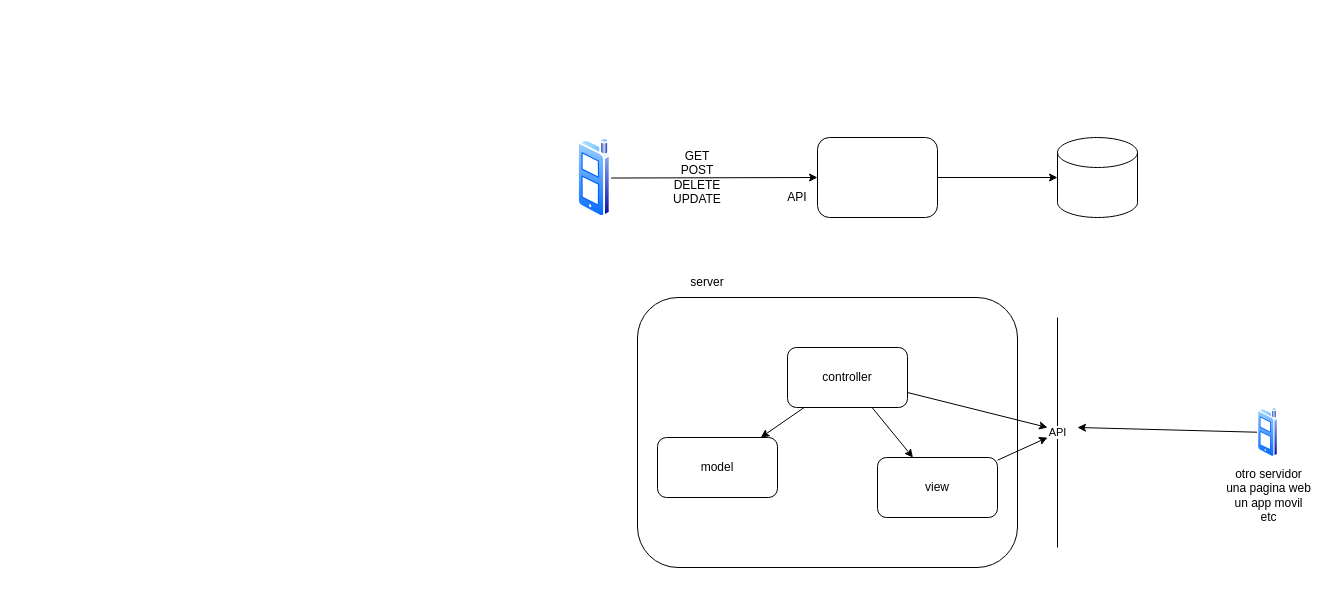
The draw.io diagram diagram.dio in josueelias9/cibertec-clase, before the edit. Source tidied: cells renumbered, new cells numbered last; positions are measured from the earlier drawing's top-left corner, leaving out a move shared by most shapes. Both pictures are drawn from the tidied source at 100%, with x=0, y=0 at pixel (577, 137).
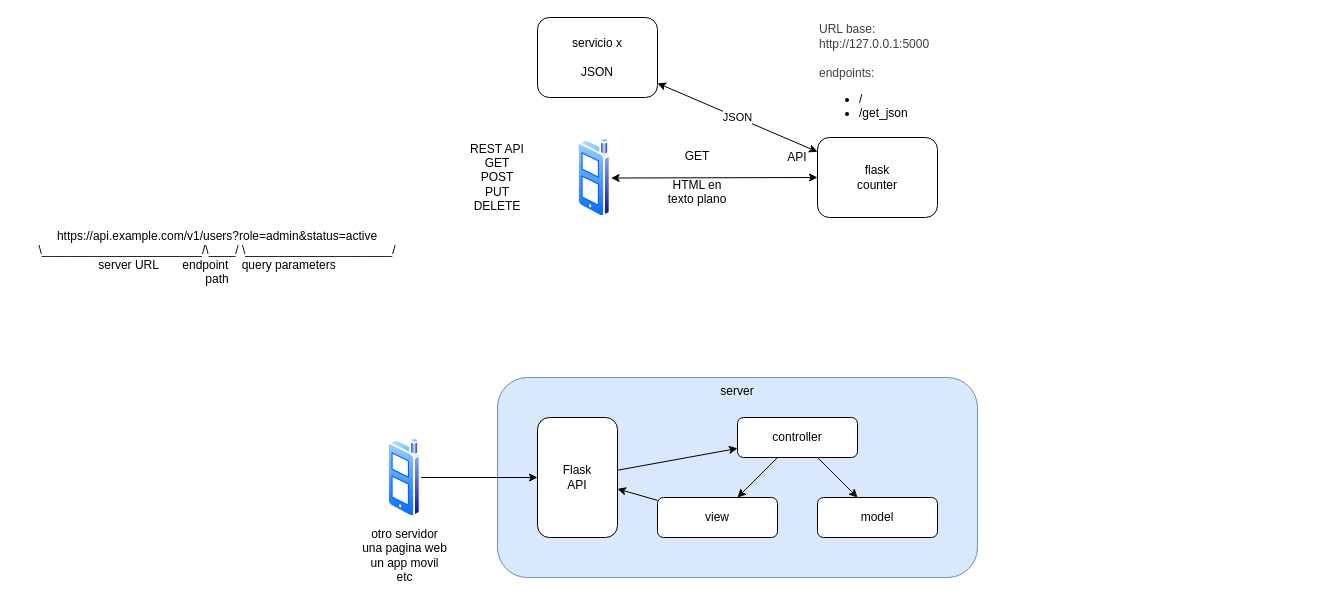
After the change.

Unchanged cells that the change refers to:
```xml
<mxCell id="7" style="image;perimeter=ellipsePerimeter;html=1;align=center;shadow=0;dashed=0;spacingTop=3;image=img/lib/active_directory/cell_phone.svg;" parent="1" vertex="1">
  <mxGeometry width="33.6" height="80" as="geometry" />
</mxCell>
```

The edit, as a diff of the source:
```diff
@@
-    <mxCell id="2" style="rounded=1;whiteSpace=wrap;html=1;" parent="1" vertex="1">
-      <mxGeometry x="60" y="160" width="380" height="270" as="geometry" />
+    <mxCell id="2" value="server&lt;div&gt;&lt;br&gt;&lt;/div&gt;&lt;div&gt;&lt;br&gt;&lt;/div&gt;&lt;div&gt;&lt;br&gt;&lt;/div&gt;&lt;div&gt;&lt;br&gt;&lt;/div&gt;&lt;div&gt;&lt;br&gt;&lt;/div&gt;&lt;div&gt;&lt;br&gt;&lt;/div&gt;&lt;div&gt;&lt;br&gt;&lt;/div&gt;&lt;div&gt;&lt;br&gt;&lt;/div&gt;&lt;div&gt;&lt;br&gt;&lt;/div&gt;&lt;div&gt;&lt;br&gt;&lt;/div&gt;&lt;div&gt;&lt;br&gt;&lt;/div&gt;&lt;div&gt;&lt;br&gt;&lt;/div&gt;" style="rounded=1;whiteSpace=wrap;html=1;fillColor=#dae8fc;strokeColor=#6c8ebf;" parent="1" vertex="1">
+      <mxGeometry x="-80" y="240" width="480" height="200" as="geometry" />
     </mxCell>
-    <mxCell id="3" style="edgeStyle=none;html=1;" parent="1" edge="1" source="4" target="5">
-      <mxGeometry relative="1" as="geometry" />
-    </mxCell>
-    <mxCell id="4" style="rounded=1;whiteSpace=wrap;html=1;" parent="1" vertex="1">
+    <mxCell id="4" value="flask&lt;div&gt;counter&lt;/div&gt;" style="rounded=1;whiteSpace=wrap;html=1;" parent="1" vertex="1">
       <mxGeometry x="240" width="120" height="80" as="geometry" />
     </mxCell>
-    <mxCell id="5" style="shape=cylinder3;whiteSpace=wrap;html=1;boundedLbl=1;backgroundOutline=1;size=15;" parent="1" vertex="1">
-      <mxGeometry x="480" width="80" height="80" as="geometry" />
-    </mxCell>
-    <mxCell id="6" style="edgeStyle=none;html=1;" parent="1" edge="1" source="7" target="4">
+    <mxCell id="6" style="edgeStyle=none;html=1;startArrow=classic;startFill=1;" parent="1" edge="1" source="7" target="4">
       <mxGeometry relative="1" as="geometry" />
     </mxCell>
@@
-    <mxCell id="8" value="GET&lt;div&gt;POST&lt;/div&gt;&lt;div&gt;DELETE&lt;/div&gt;&lt;div&gt;UPDATE&lt;/div&gt;" style="text;html=1;align=center;verticalAlign=middle;whiteSpace=wrap;rounded=0;" parent="1" vertex="1">
+    <mxCell id="8" value="GET&lt;div&gt;&lt;br&gt;&lt;/div&gt;&lt;div&gt;HTML en texto plano&lt;/div&gt;" style="text;html=1;align=center;verticalAlign=middle;whiteSpace=wrap;rounded=0;" parent="1" vertex="1">
       <mxGeometry x="80" width="80" height="80" as="geometry" />
     </mxCell>
     <mxCell id="9" value="API" style="text;html=1;align=center;verticalAlign=middle;whiteSpace=wrap;rounded=0;" parent="1" vertex="1">
-      <mxGeometry x="200" y="40" width="40" height="40" as="geometry" />
+      <mxGeometry x="200" width="40" height="40" as="geometry" />
     </mxCell>
-    <mxCell id="10" style="edgeStyle=none;html=1;" parent="1" edge="1" source="13">
-      <mxGeometry relative="1" as="geometry">
-        <mxPoint x="470" y="290" as="targetPoint" />
-      </mxGeometry>
-    </mxCell>
@@
     <mxCell id="13" value="controller" style="rounded=1;whiteSpace=wrap;html=1;" parent="1" vertex="1">
-      <mxGeometry x="210" y="210" width="120" height="60" as="geometry" />
+      <mxGeometry x="160" y="280" width="120" height="40" as="geometry" />
     </mxCell>
     <mxCell id="14" value="model" style="rounded=1;whiteSpace=wrap;html=1;" parent="1" vertex="1">
-      <mxGeometry x="80" y="300" width="120" height="60" as="geometry" />
+      <mxGeometry x="240" y="360" width="120" height="40" as="geometry" />
     </mxCell>
-    <mxCell id="15" style="edgeStyle=none;html=1;" parent="1" edge="1" source="16">
-      <mxGeometry relative="1" as="geometry">
-        <mxPoint x="470" y="300" as="targetPoint" />
-      </mxGeometry>
-    </mxCell>
+    <mxCell id="21" style="edgeStyle=none;html=1;" parent="1" edge="1" source="16" target="27">
+      <mxGeometry relative="1" as="geometry" />
+    </mxCell>
     <mxCell id="16" value="view" style="rounded=1;whiteSpace=wrap;html=1;" parent="1" vertex="1">
-      <mxGeometry x="300" y="320" width="120" height="60" as="geometry" />
+      <mxGeometry x="80" y="360" width="120" height="40" as="geometry" />
     </mxCell>
-    <mxCell id="17" value="API" style="endArrow=none;html=1;" parent="1" edge="1">
-      <mxGeometry relative="1" as="geometry">
-        <mxPoint x="480" y="410" as="sourcePoint" />
-        <mxPoint x="480" y="180" as="targetPoint" />
-      </mxGeometry>
-    </mxCell>
-    <mxCell id="18" style="edgeStyle=none;html=1;" parent="1" edge="1" source="19">
-      <mxGeometry relative="1" as="geometry">
-        <mxPoint x="500" y="290" as="targetPoint" />
-      </mxGeometry>
+    <mxCell id="18" style="edgeStyle=none;html=1;" parent="1" edge="1" source="19" target="27">
+      <mxGeometry relative="1" as="geometry" />
     </mxCell>
     <mxCell id="19" value="otro servidor&lt;div&gt;una pagina web&lt;/div&gt;&lt;div&gt;un app movil&lt;/div&gt;&lt;div&gt;etc&lt;/div&gt;" style="image;perimeter=ellipsePerimeter;html=1;align=center;shadow=0;dashed=0;spacingTop=3;image=img/lib/active_directory/cell_phone.svg;" parent="1" vertex="1">
-      <mxGeometry x="680" y="270" width="21" height="50" as="geometry" />
+      <mxGeometry x="-190" y="300" width="33.6" height="80" as="geometry" />
     </mxCell>
-    <mxCell id="20" value="server" style="text;html=1;align=center;verticalAlign=middle;whiteSpace=wrap;rounded=0;" parent="1" vertex="1">
-      <mxGeometry x="100" y="130" width="60" height="30" as="geometry" />
-    </mxCell>
+    <mxCell id="22" value="JSON" style="edgeStyle=none;html=1;startArrow=classic;startFill=1;" parent="1" edge="1" source="23" target="4">
+      <mxGeometry relative="1" as="geometry" />
+    </mxCell>
+    <mxCell id="23" value="servicio x&lt;div&gt;&lt;br&gt;&lt;/div&gt;&lt;div&gt;JSON&lt;/div&gt;" style="rounded=1;whiteSpace=wrap;html=1;" parent="1" vertex="1">
+      <mxGeometry x="-40" y="-120" width="120" height="80" as="geometry" />
+    </mxCell>
+    <mxCell id="24" value="&lt;div&gt;&lt;span style=&quot;color: rgb(63, 63, 63); background-color: transparent;&quot;&gt;URL base:&lt;/span&gt;&lt;/div&gt;&lt;div&gt;&lt;span style=&quot;background-color: transparent; color: rgb(63, 63, 63);&quot;&gt;http://127.0.0.1:5000&lt;/span&gt;&lt;/div&gt;&lt;div&gt;&lt;span style=&quot;background-color: transparent; color: rgb(63, 63, 63);&quot;&gt;&lt;br&gt;&lt;/span&gt;&lt;/div&gt;&lt;span style=&quot;color: rgb(63, 63, 63); background-color: transparent;&quot;&gt;endpoints:&lt;/span&gt;&lt;br&gt;&lt;ul&gt;&lt;li&gt;/&lt;/li&gt;&lt;li&gt;/get_json&lt;br&gt;&lt;/li&gt;&lt;/ul&gt;" style="text;html=1;align=left;verticalAlign=middle;whiteSpace=wrap;rounded=0;" parent="1" vertex="1">
+      <mxGeometry x="240" y="-120" width="150" height="120" as="geometry" />
+    </mxCell>
+    <mxCell id="25" value="REST API&lt;div&gt;GET&lt;/div&gt;&lt;div&gt;POST&lt;/div&gt;&lt;div&gt;PUT&lt;/div&gt;&lt;div&gt;DELETE&lt;/div&gt;" style="text;html=1;align=center;verticalAlign=middle;whiteSpace=wrap;rounded=0;" parent="1" vertex="1">
+      <mxGeometry x="-120" width="80" height="80" as="geometry" />
+    </mxCell>
+    <mxCell id="26" style="edgeStyle=none;html=1;" parent="1" edge="1" source="27" target="13">
+      <mxGeometry relative="1" as="geometry" />
+    </mxCell>
+    <mxCell id="27" value="Flask&lt;div&gt;API&lt;/div&gt;" style="rounded=1;whiteSpace=wrap;html=1;" parent="1" vertex="1">
+      <mxGeometry x="-40" y="280" width="80" height="120" as="geometry" />
+    </mxCell>
+    <mxCell id="28" value="https://api.example.com/v1/users?role=admin&amp;status=active&#10;\________________________/\____/ \______________________/&#10;server URL       endpoint    query parameters&#10;path" style="text;html=1;align=center;verticalAlign=middle;whiteSpace=wrap;rounded=0;" parent="1" vertex="1">
+      <mxGeometry x="-560" y="80" width="400" height="80" as="geometry" />
+    </mxCell>
```
